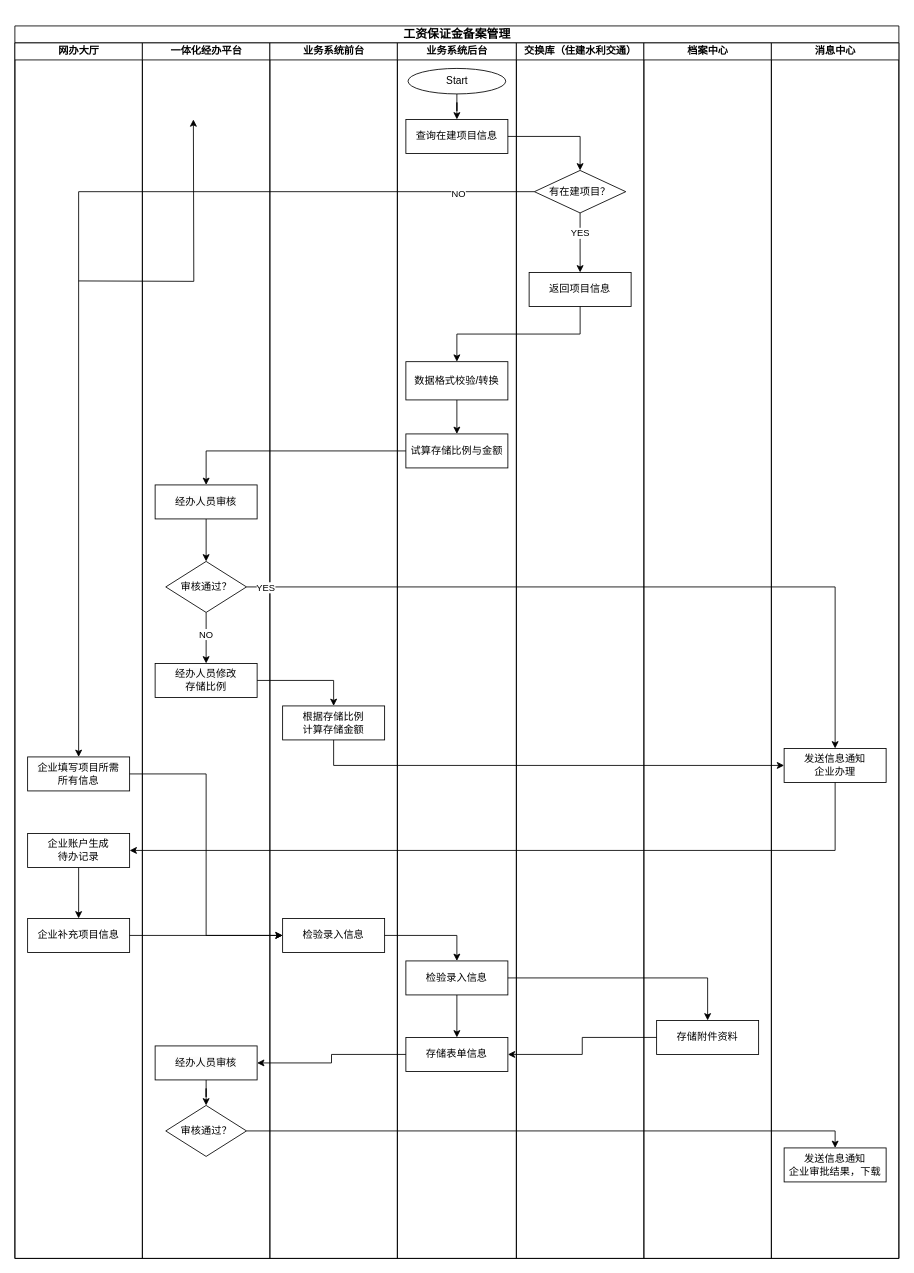
Above: 农民工工资保证金.drawio in coderjbin/drawio (draw.io), before the change. Source tidied: cells renumbered, new cells numbered last; positions are measured from the earlier drawing's top-left corner, leaving out a move shared by most shapes. Both pictures are drawn from the tidied source at 85%, with x=0, y=0 at pixel (14, 26).
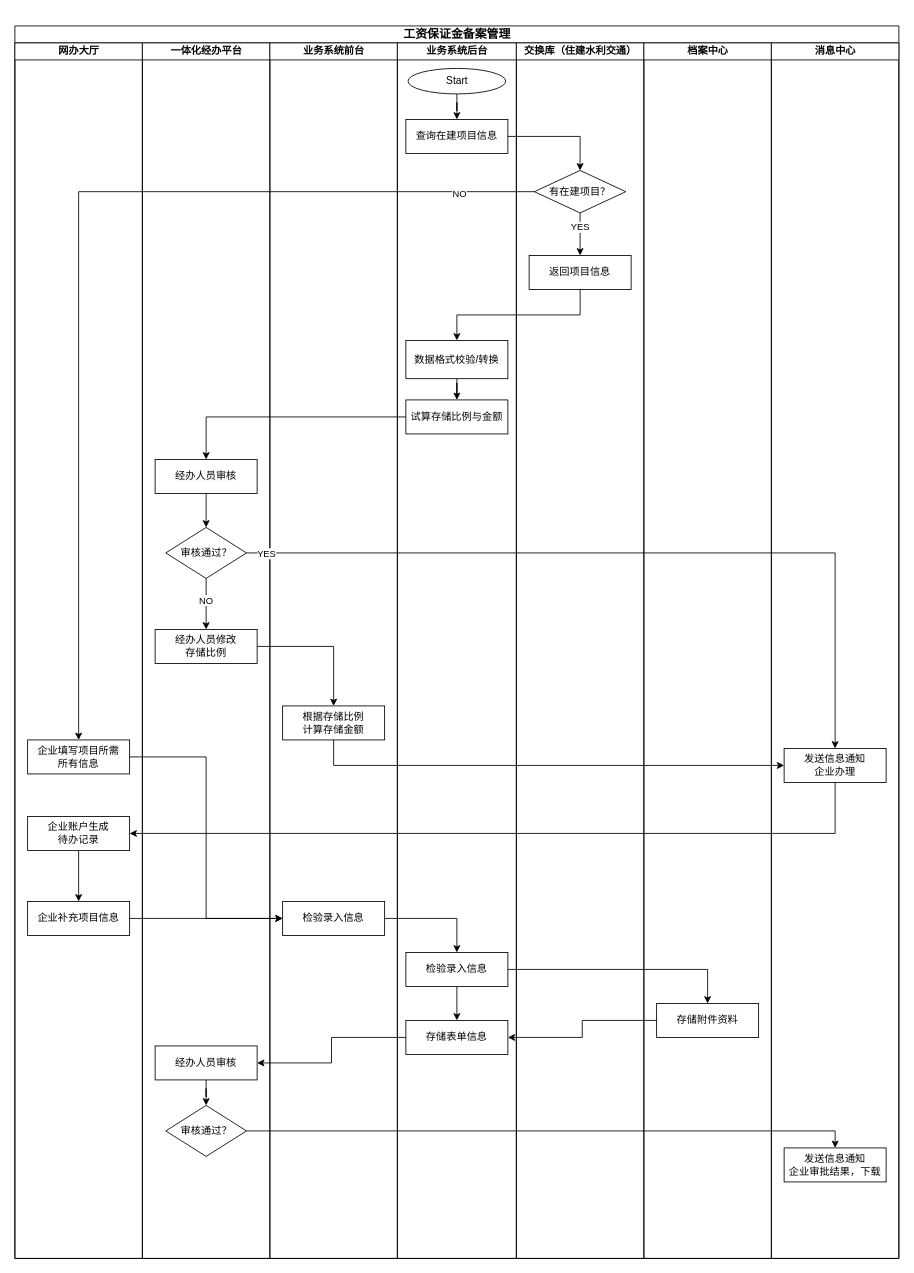
After the change.

Commit message:
更新农民工工资保证金.drawio

Unchanged cells that the change refers to:
```xml
<mxCell id="2" value="&lt;h3&gt;&lt;p class=&quot;MsoNormal&quot;&gt;&lt;span style=&quot;mso-spacerun:'yes';font-family:宋体;mso-ascii-font-family:Calibri;&lt;br/&gt;mso-hansi-font-family:Calibri;mso-bidi-font-family:'Times New Roman';font-size:10.5000pt;&lt;br/&gt;mso-font-kerning:1.0000pt;&quot;&gt;工资保证金备案管理&lt;/span&gt;&lt;/p&gt;&lt;/h3&gt;" style="swimlane;startSize=20;html=1;" parent="1" vertex="1">
  <mxGeometry width="1040" height="1450" as="geometry" />
</mxCell>
<mxCell id="3" value="网办大厅" style="swimlane;startSize=20;html=1;" parent="2" vertex="1">
  <mxGeometry y="20" width="150" height="1430" as="geometry" />
</mxCell>
<mxCell id="11" value="一体化经办平台" style="swimlane;startSize=20;html=1;" parent="2" vertex="1">
  <mxGeometry x="150" y="20" width="150" height="1430" as="geometry" />
</mxCell>
<mxCell id="21" value="业务系统前台" style="swimlane;startSize=20;html=1;" parent="2" vertex="1">
  <mxGeometry x="300" y="20" width="150" height="1430" as="geometry" />
</mxCell>
<mxCell id="24" value="业务系统后台" style="swimlane;startSize=20;html=1;" parent="2" vertex="1">
  <mxGeometry x="450" y="20" width="140" height="1430" as="geometry" />
</mxCell>
<mxCell id="34" value="交换库（住建水利交通）" style="swimlane;startSize=20;html=1;" parent="2" vertex="1">
  <mxGeometry x="590" y="20" width="150" height="1430" as="geometry" />
</mxCell>
<mxCell id="39" value="档案中心" style="swimlane;startSize=20;html=1;" parent="2" vertex="1">
  <mxGeometry x="740" y="20" width="150" height="1430" as="geometry" />
</mxCell>
```

The edit, as a diff of the source:
```diff
@@
     <mxCell id="8" value="企业账户生成&lt;div&gt;待办记录&lt;/div&gt;" style="whiteSpace=wrap;html=1;rounded=0;" parent="3" vertex="1">
-      <mxGeometry x="15" y="930" width="120" height="40" as="geometry" />
+      <mxGeometry x="15" y="910" width="120" height="40" as="geometry" />
     </mxCell>
     <mxCell id="9" value="企业补充项目信息" style="whiteSpace=wrap;html=1;rounded=0;" parent="3" vertex="1">
-      <mxGeometry x="15" y="1030" width="120" height="40" as="geometry" />
+      <mxGeometry x="15" y="1010" width="120" height="40" as="geometry" />
     </mxCell>
     <mxCell id="10" value="&lt;span style=&quot;color: rgb(0, 0, 0); font-family: Helvetica; font-size: 12px; font-style: normal; font-variant-ligatures: normal; font-variant-caps: normal; font-weight: 400; letter-spacing: normal; orphans: 2; text-align: center; text-indent: 0px; text-transform: none; widows: 2; word-spacing: 0px; -webkit-text-stroke-width: 0px; white-space: normal; background-color: rgb(251, 251, 251); text-decoration-thickness: initial; text-decoration-style: initial; text-decoration-color: initial; display: inline !important; float: none;&quot;&gt;企业填写&lt;/span&gt;项目所需&lt;div&gt;所有信息&lt;/div&gt;" style="rounded=0;whiteSpace=wrap;html=1;" parent="3" vertex="1">
-      <mxGeometry x="15" y="840" width="120" height="40" as="geometry" />
+      <mxGeometry x="15" y="820" width="120" height="40" as="geometry" />
     </mxCell>
@@
     <mxCell id="13" value="&lt;span style=&quot;color: rgb(0, 0, 0); font-family: Helvetica; font-size: 12px; font-style: normal; font-variant-ligatures: normal; font-variant-caps: normal; font-weight: 400; letter-spacing: normal; orphans: 2; text-align: center; text-indent: 0px; text-transform: none; widows: 2; word-spacing: 0px; -webkit-text-stroke-width: 0px; white-space: normal; background-color: rgb(251, 251, 251); text-decoration-thickness: initial; text-decoration-style: initial; text-decoration-color: initial; display: inline !important; float: none;&quot;&gt;经办人员审核&lt;/span&gt;" style="rounded=0;whiteSpace=wrap;html=1;" parent="11" vertex="1">
-      <mxGeometry x="15" y="520" width="120" height="40" as="geometry" />
+      <mxGeometry x="15" y="490" width="120" height="40" as="geometry" />
     </mxCell>
@@
     <mxCell id="16" value="审核通过？" style="rhombus;whiteSpace=wrap;html=1;" parent="11" vertex="1">
-      <mxGeometry x="27.5" y="610" width="95" height="60" as="geometry" />
+      <mxGeometry x="27.5" y="570" width="95" height="60" as="geometry" />
     </mxCell>
     <mxCell id="17" value="&lt;span style=&quot;color: rgb(0, 0, 0); font-family: Helvetica; font-size: 12px; font-style: normal; font-variant-ligatures: normal; font-variant-caps: normal; font-weight: 400; letter-spacing: normal; orphans: 2; text-align: center; text-indent: 0px; text-transform: none; widows: 2; word-spacing: 0px; -webkit-text-stroke-width: 0px; white-space: normal; background-color: rgb(251, 251, 251); text-decoration-thickness: initial; text-decoration-style: initial; text-decoration-color: initial; display: inline !important; float: none;&quot;&gt;经办人员修改&lt;/span&gt;&lt;div&gt;&lt;span style=&quot;color: rgb(0, 0, 0); font-family: Helvetica; font-size: 12px; font-style: normal; font-variant-ligatures: normal; font-variant-caps: normal; font-weight: 400; letter-spacing: normal; orphans: 2; text-align: center; text-indent: 0px; text-transform: none; widows: 2; word-spacing: 0px; -webkit-text-stroke-width: 0px; white-space: normal; background-color: rgb(251, 251, 251); text-decoration-thickness: initial; text-decoration-style: initial; text-decoration-color: initial; display: inline !important; float: none;&quot;&gt;存储比例&lt;/span&gt;&lt;/div&gt;" style="rounded=0;whiteSpace=wrap;html=1;" parent="11" vertex="1">
-      <mxGeometry x="15" y="730" width="120" height="40" as="geometry" />
+      <mxGeometry x="15" y="690" width="120" height="40" as="geometry" />
     </mxCell>
@@
     <mxCell id="23" value="&lt;div&gt;&lt;span style=&quot;background-color: initial;&quot;&gt;检验录入信息&lt;/span&gt;&lt;br&gt;&lt;/div&gt;" style="rounded=0;whiteSpace=wrap;html=1;" parent="21" vertex="1">
-      <mxGeometry x="15" y="1030" width="120" height="40" as="geometry" />
+      <mxGeometry x="15" y="1010" width="120" height="40" as="geometry" />
     </mxCell>
@@
     <mxCell id="26" value="数据格式校验/转换" style="rounded=0;whiteSpace=wrap;html=1;" parent="24" vertex="1">
-      <mxGeometry x="10" y="375" width="120" height="45" as="geometry" />
+      <mxGeometry x="10" y="350" width="120" height="45" as="geometry" />
     </mxCell>
@@
     <mxCell id="28" value="试算存储比例与金额" style="rounded=0;whiteSpace=wrap;html=1;" parent="24" vertex="1">
-      <mxGeometry x="10" y="460" width="120" height="40" as="geometry" />
+      <mxGeometry x="10" y="420" width="120" height="40" as="geometry" />
     </mxCell>
@@
     <mxCell id="32" value="&lt;div&gt;&lt;span style=&quot;background-color: initial;&quot;&gt;检验录入&lt;/span&gt;&lt;span style=&quot;background-color: initial;&quot;&gt;信息&lt;/span&gt;&lt;br&gt;&lt;/div&gt;" style="rounded=0;whiteSpace=wrap;html=1;" parent="24" vertex="1">
-      <mxGeometry x="10" y="1080" width="120" height="40" as="geometry" />
+      <mxGeometry x="10" y="1070" width="120" height="40" as="geometry" />
     </mxCell>
     <mxCell id="33" value="&lt;div&gt;存储表单信息&lt;/div&gt;" style="rounded=0;whiteSpace=wrap;html=1;" parent="24" vertex="1">
-      <mxGeometry x="10" y="1170" width="120" height="40" as="geometry" />
+      <mxGeometry x="10" y="1150" width="120" height="40" as="geometry" />
     </mxCell>
@@
     <mxCell id="35" value="返回项目信息" style="whiteSpace=wrap;html=1;rounded=0;" parent="34" vertex="1">
-      <mxGeometry x="15" y="270" width="120" height="40" as="geometry" />
+      <mxGeometry x="15" y="250" width="120" height="40" as="geometry" />
     </mxCell>
@@
     <mxCell id="40" value="&lt;div&gt;&lt;span style=&quot;background-color: initial;&quot;&gt;存储附件资料&lt;/span&gt;&lt;br&gt;&lt;/div&gt;" style="rounded=0;whiteSpace=wrap;html=1;" parent="39" vertex="1">
-      <mxGeometry x="15" y="1150" width="120" height="40" as="geometry" />
+      <mxGeometry x="15" y="1130" width="120" height="40" as="geometry" />
     </mxCell>
@@
-    <mxCell id="44" style="edgeStyle=orthogonalEdgeStyle;rounded=0;orthogonalLoop=1;jettySize=auto;html=1;exitX=0.5;exitY=1;exitDx=0;exitDy=0;entryX=0;entryY=0.5;entryDx=0;entryDy=0;" parent="2" edge="1">
-      <mxGeometry relative="1" as="geometry">
-        <mxPoint x="75" y="300" as="sourcePoint" />
-        <mxPoint x="210" y="110" as="targetPoint" />
-      </mxGeometry>
-    </mxCell>
```
